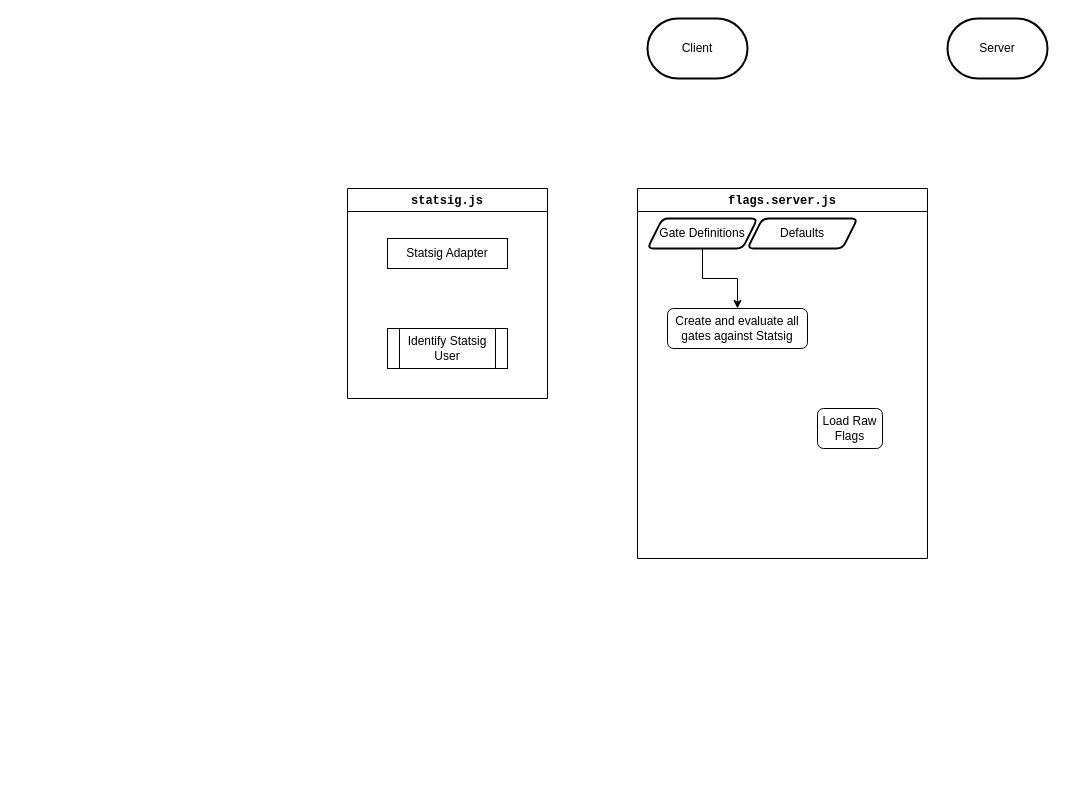
Before: flagsnconfigs.drawio in macglencoe/diagrams, a draw.io diagram. Source tidied: cells renumbered, new cells numbered last; positions are measured from the earlier drawing's top-left corner, leaving out a move shared by most shapes. Both pictures are drawn from the tidied source at 100%, with x=0, y=0 at pixel (347, 18).
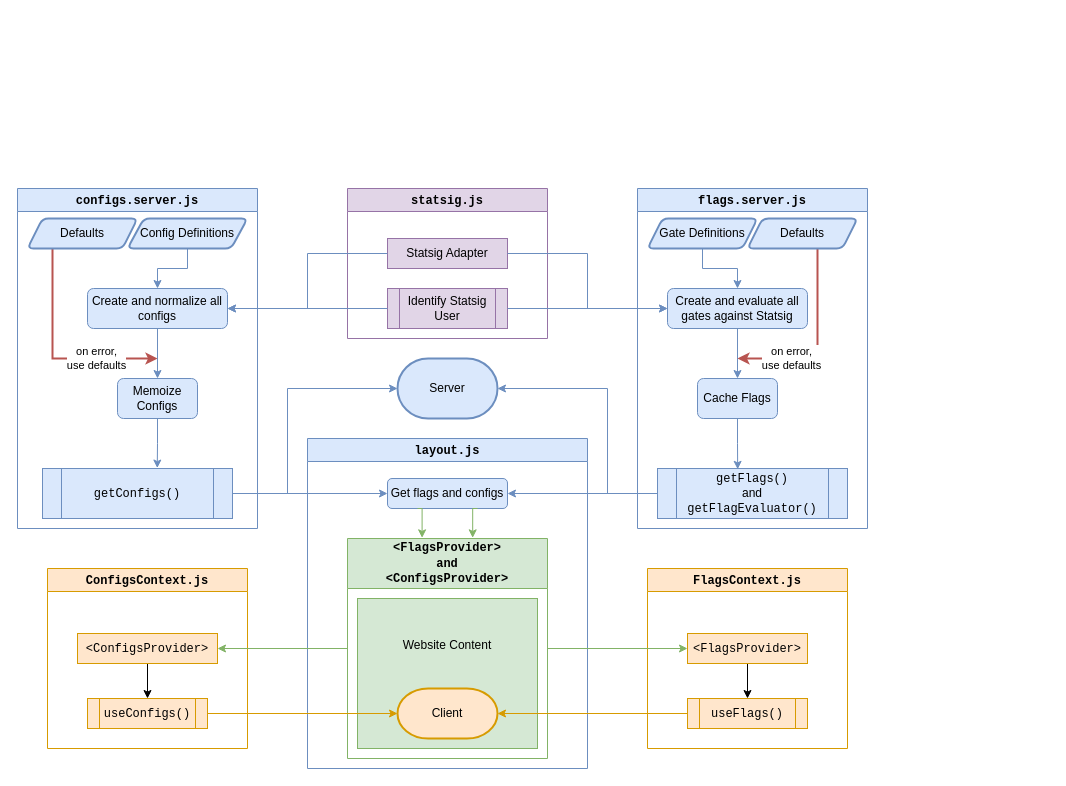
The same page after the edit.

Diff of the diagram source:
```diff
@@
-    <mxCell id="2" value="Client" style="strokeWidth=2;html=1;shape=mxgraph.flowchart.terminator;whiteSpace=wrap;" parent="1" vertex="1">
-      <mxGeometry x="300" width="100" height="60" as="geometry" />
-    </mxCell>
-    <mxCell id="3" value="Server" style="strokeWidth=2;html=1;shape=mxgraph.flowchart.terminator;whiteSpace=wrap;" parent="1" vertex="1">
-      <mxGeometry x="600" width="100" height="60" as="geometry" />
+    <mxCell id="3" value="Server" style="strokeWidth=2;html=1;shape=mxgraph.flowchart.terminator;whiteSpace=wrap;fillColor=#dae8fc;strokeColor=#6c8ebf;" parent="1" vertex="1">
+      <mxGeometry x="50" y="340" width="100" height="60" as="geometry" />
     </mxCell>
-    <mxCell id="4" value="&lt;font face=&quot;Courier New&quot;&gt;statsig.js&lt;/font&gt;" style="swimlane;whiteSpace=wrap;html=1;" parent="1" vertex="1">
-      <mxGeometry y="170" width="200" height="210" as="geometry" />
+    <mxCell id="4" value="&lt;font face=&quot;Courier New&quot;&gt;statsig.js&lt;/font&gt;" style="swimlane;whiteSpace=wrap;html=1;fillColor=#e1d5e7;strokeColor=#9673a6;" parent="1" vertex="1">
+      <mxGeometry y="170" width="200" height="150" as="geometry" />
     </mxCell>
-    <mxCell id="5" value="Identify Statsig User" style="shape=process;whiteSpace=wrap;html=1;backgroundOutline=1;" parent="4" vertex="1">
-      <mxGeometry x="40" y="140" width="120" height="40" as="geometry" />
+    <mxCell id="5" value="Identify Statsig User" style="shape=process;whiteSpace=wrap;html=1;backgroundOutline=1;fillColor=#e1d5e7;strokeColor=#9673a6;" parent="4" vertex="1">
+      <mxGeometry x="40" y="100" width="120" height="40" as="geometry" />
     </mxCell>
-    <mxCell id="6" value="Statsig Adapter" style="rounded=0;whiteSpace=wrap;html=1;" parent="4" vertex="1">
+    <mxCell id="6" value="Statsig Adapter" style="rounded=0;whiteSpace=wrap;html=1;fillColor=#e1d5e7;strokeColor=#9673a6;" parent="4" vertex="1">
       <mxGeometry x="40" y="50" width="120" height="30" as="geometry" />
     </mxCell>
-    <mxCell id="7" value="&lt;font face=&quot;Courier New&quot;&gt;flags.server.js&lt;/font&gt;" style="swimlane;whiteSpace=wrap;html=1;" parent="1" vertex="1">
-      <mxGeometry x="290" y="170" width="290" height="370" as="geometry" />
+    <mxCell id="7" value="&lt;font face=&quot;Courier New&quot;&gt;flags.server.js&lt;/font&gt;" style="swimlane;whiteSpace=wrap;html=1;fillColor=#dae8fc;strokeColor=#6c8ebf;" parent="1" vertex="1">
+      <mxGeometry x="290" y="170" width="230" height="340" as="geometry" />
     </mxCell>
+    <mxCell id="13" style="edgeStyle=orthogonalEdgeStyle;rounded=0;jettySize=auto;html=1;entryX=0.5;entryY=0;entryDx=0;entryDy=0;fillColor=#dae8fc;strokeColor=#6c8ebf;" parent="7" edge="1" source="8" target="15">
+      <mxGeometry relative="1" as="geometry" />
+    </mxCell>
-    <mxCell id="8" value="Create and evaluate all gates against Statsig" style="rounded=1;whiteSpace=wrap;html=1;" parent="7" vertex="1">
-      <mxGeometry x="30" y="120" width="140" height="40" as="geometry" />
+    <mxCell id="8" value="Create and evaluate all gates against Statsig" style="rounded=1;whiteSpace=wrap;html=1;fillColor=#dae8fc;strokeColor=#6c8ebf;" parent="7" vertex="1">
+      <mxGeometry x="30" y="100" width="140" height="40" as="geometry" />
     </mxCell>
-    <mxCell id="9" style="edgeStyle=orthogonalEdgeStyle;rounded=0;jettySize=auto;html=1;entryX=0.5;entryY=0;entryDx=0;entryDy=0;" parent="7" edge="1" source="10" target="8">
+    <mxCell id="9" style="edgeStyle=orthogonalEdgeStyle;rounded=0;jettySize=auto;html=1;entryX=0.5;entryY=0;entryDx=0;entryDy=0;fillColor=#dae8fc;strokeColor=#6c8ebf;" parent="7" edge="1" source="10" target="8">
       <mxGeometry relative="1" as="geometry" />
     </mxCell>
-    <mxCell id="10" value="Gate Definitions" style="shape=parallelogram;html=1;strokeWidth=2;perimeter=parallelogramPerimeter;whiteSpace=wrap;rounded=1;arcSize=12;size=0.13636363636363635;" parent="7" vertex="1">
+    <mxCell id="10" value="Gate Definitions" style="shape=parallelogram;html=1;strokeWidth=2;perimeter=parallelogramPerimeter;whiteSpace=wrap;rounded=1;arcSize=12;size=0.13636363636363635;fillColor=#dae8fc;strokeColor=#6c8ebf;" parent="7" vertex="1">
       <mxGeometry x="10" y="30" width="110" height="30" as="geometry" />
     </mxCell>
+    <mxCell id="14" value="on error,&lt;div&gt;use defaults&lt;/div&gt;" style="edgeStyle=orthogonalEdgeStyle;rounded=0;jettySize=auto;html=1;fillColor=#f8cecc;strokeColor=#b85450;strokeWidth=2;" parent="7" edge="1" source="11">
+      <mxGeometry x="0.43" relative="1" as="geometry">
+        <mxPoint x="100" y="170" as="targetPoint" />
+        <Array as="points">
+          <mxPoint x="180" y="170" />
+          <mxPoint x="100" y="170" />
+        </Array>
+      </mxGeometry>
+    </mxCell>
-    <mxCell id="11" value="Defaults" style="shape=parallelogram;html=1;strokeWidth=2;perimeter=parallelogramPerimeter;whiteSpace=wrap;rounded=1;arcSize=12;size=0.13636363636363635;" parent="7" vertex="1">
+    <mxCell id="11" value="Defaults" style="shape=parallelogram;html=1;strokeWidth=2;perimeter=parallelogramPerimeter;whiteSpace=wrap;rounded=1;arcSize=12;size=0.13636363636363635;fillColor=#dae8fc;strokeColor=#6c8ebf;" parent="7" vertex="1">
       <mxGeometry x="110" y="30" width="110" height="30" as="geometry" />
     </mxCell>
-    <mxCell id="12" value="Load Raw Flags" style="rounded=1;whiteSpace=wrap;html=1;" parent="7" vertex="1">
-      <mxGeometry x="180" y="220" width="65" height="40" as="geometry" />
-    </mxCell>
+    <mxCell id="15" value="Cache Flags" style="rounded=1;whiteSpace=wrap;html=1;fillColor=#dae8fc;strokeColor=#6c8ebf;" parent="7" vertex="1">
+      <mxGeometry x="60" y="190" width="80" height="40" as="geometry" />
+    </mxCell>
+    <mxCell id="16" value="&lt;font face=&quot;Courier New&quot;&gt;getFlags()&lt;/font&gt;&lt;div&gt;and&lt;/div&gt;&lt;div&gt;&lt;font face=&quot;Courier New&quot;&gt;getFlagEvaluator()&lt;/font&gt;&lt;/div&gt;" style="shape=process;whiteSpace=wrap;html=1;backgroundOutline=1;fillColor=#dae8fc;strokeColor=#6c8ebf;" parent="7" vertex="1">
+      <mxGeometry x="20" y="280" width="190" height="50" as="geometry" />
+    </mxCell>
+    <mxCell id="17" style="edgeStyle=orthogonalEdgeStyle;rounded=0;jettySize=auto;html=1;entryX=0.422;entryY=0.016;entryDx=0;entryDy=0;entryPerimeter=0;fillColor=#dae8fc;strokeColor=#6c8ebf;" parent="7" edge="1" source="15" target="16">
+      <mxGeometry relative="1" as="geometry" />
+    </mxCell>
+    <mxCell id="18" style="edgeStyle=orthogonalEdgeStyle;rounded=0;jettySize=auto;html=1;entryX=0;entryY=0.5;entryDx=0;entryDy=0;fillColor=#dae8fc;strokeColor=#6c8ebf;" parent="1" edge="1" source="6" target="8">
+      <mxGeometry relative="1" as="geometry" />
+    </mxCell>
+    <mxCell id="19" style="edgeStyle=orthogonalEdgeStyle;rounded=0;jettySize=auto;html=1;entryX=0;entryY=0.5;entryDx=0;entryDy=0;fillColor=#dae8fc;strokeColor=#6c8ebf;" parent="1" edge="1" source="5" target="8">
+      <mxGeometry relative="1" as="geometry" />
+    </mxCell>
+    <mxCell id="20" value="&lt;font face=&quot;Courier New&quot;&gt;configs.server.js&lt;/font&gt;" style="swimlane;whiteSpace=wrap;html=1;fillColor=#dae8fc;strokeColor=#6c8ebf;" parent="1" vertex="1">
+      <mxGeometry x="-330" y="170" width="240" height="340" as="geometry" />
+    </mxCell>
+    <mxCell id="21" style="edgeStyle=orthogonalEdgeStyle;rounded=0;jettySize=auto;html=1;entryX=0.5;entryY=0;entryDx=0;entryDy=0;fillColor=#dae8fc;strokeColor=#6c8ebf;" parent="20" edge="1" source="22" target="27">
+      <mxGeometry relative="1" as="geometry" />
+    </mxCell>
+    <mxCell id="22" value="Create and normalize all configs" style="rounded=1;whiteSpace=wrap;html=1;fillColor=#dae8fc;strokeColor=#6c8ebf;" parent="20" vertex="1">
+      <mxGeometry x="70" y="100" width="140" height="40" as="geometry" />
+    </mxCell>
+    <mxCell id="23" style="edgeStyle=orthogonalEdgeStyle;rounded=0;jettySize=auto;html=1;entryX=0.5;entryY=0;entryDx=0;entryDy=0;fillColor=#dae8fc;strokeColor=#6c8ebf;" parent="20" edge="1" source="24" target="22">
+      <mxGeometry relative="1" as="geometry" />
+    </mxCell>
+    <mxCell id="24" value="Config Definitions" style="shape=parallelogram;html=1;strokeWidth=2;perimeter=parallelogramPerimeter;whiteSpace=wrap;rounded=1;arcSize=12;size=0.13636363636363635;fillColor=#dae8fc;strokeColor=#6c8ebf;" parent="20" vertex="1">
+      <mxGeometry x="110" y="30" width="120" height="30" as="geometry" />
+    </mxCell>
+    <mxCell id="25" value="on error,&lt;div&gt;use defaults&lt;/div&gt;" style="edgeStyle=orthogonalEdgeStyle;rounded=0;jettySize=auto;html=1;fillColor=#f8cecc;strokeColor=#b85450;strokeWidth=2;" parent="20" edge="1" source="26">
+      <mxGeometry x="0.43" relative="1" as="geometry">
+        <mxPoint x="140" y="170" as="targetPoint" />
+        <Array as="points">
+          <mxPoint x="35" y="170" />
+        </Array>
+      </mxGeometry>
+    </mxCell>
+    <mxCell id="26" value="Defaults" style="shape=parallelogram;html=1;strokeWidth=2;perimeter=parallelogramPerimeter;whiteSpace=wrap;rounded=1;arcSize=12;size=0.13636363636363635;fillColor=#dae8fc;strokeColor=#6c8ebf;" parent="20" vertex="1">
+      <mxGeometry x="10" y="30" width="110" height="30" as="geometry" />
+    </mxCell>
+    <mxCell id="27" value="Memoize Configs" style="rounded=1;whiteSpace=wrap;html=1;fillColor=#dae8fc;strokeColor=#6c8ebf;" parent="20" vertex="1">
+      <mxGeometry x="100" y="190" width="80" height="40" as="geometry" />
+    </mxCell>
+    <mxCell id="28" value="&lt;font face=&quot;Courier New&quot;&gt;getConfigs()&lt;/font&gt;" style="shape=process;whiteSpace=wrap;html=1;backgroundOutline=1;fillColor=#dae8fc;strokeColor=#6c8ebf;" parent="20" vertex="1">
+      <mxGeometry x="25" y="280" width="190" height="50" as="geometry" />
+    </mxCell>
+    <mxCell id="29" style="edgeStyle=orthogonalEdgeStyle;rounded=0;jettySize=auto;html=1;entryX=0.604;entryY=-0.009;entryDx=0;entryDy=0;entryPerimeter=0;fillColor=#dae8fc;strokeColor=#6c8ebf;" parent="20" edge="1" source="27" target="28">
+      <mxGeometry relative="1" as="geometry" />
+    </mxCell>
+    <mxCell id="30" style="edgeStyle=orthogonalEdgeStyle;rounded=0;jettySize=auto;html=1;entryX=1;entryY=0.5;entryDx=0;entryDy=0;fillColor=#dae8fc;strokeColor=#6c8ebf;" parent="1" edge="1" source="6" target="22">
+      <mxGeometry relative="1" as="geometry" />
+    </mxCell>
+    <mxCell id="31" style="edgeStyle=orthogonalEdgeStyle;rounded=0;jettySize=auto;html=1;fillColor=#dae8fc;strokeColor=#6c8ebf;" parent="1" edge="1" source="5" target="22">
+      <mxGeometry relative="1" as="geometry" />
+    </mxCell>
+    <mxCell id="32" value="&lt;font face=&quot;Courier New&quot;&gt;FlagsContext.js&lt;/font&gt;" style="swimlane;whiteSpace=wrap;html=1;fillColor=#ffe6cc;strokeColor=#d79b00;" parent="1" vertex="1">
+      <mxGeometry x="300" y="550" width="200" height="180" as="geometry" />
+    </mxCell>
+    <mxCell id="33" value="&lt;font face=&quot;Courier New&quot;&gt;useFlags()&lt;/font&gt;" style="shape=process;whiteSpace=wrap;html=1;backgroundOutline=1;fillColor=#ffe6cc;strokeColor=#d79b00;" parent="32" vertex="1">
+      <mxGeometry x="40" y="130" width="120" height="30" as="geometry" />
+    </mxCell>
+    <mxCell id="34" style="edgeStyle=orthogonalEdgeStyle;rounded=0;jettySize=auto;html=1;" parent="32" edge="1" source="35" target="33">
+      <mxGeometry relative="1" as="geometry" />
+    </mxCell>
+    <mxCell id="35" value="&lt;font face=&quot;Courier New&quot;&gt;&amp;lt;FlagsProvider&amp;gt;&lt;/font&gt;" style="rounded=0;whiteSpace=wrap;html=1;fillColor=#ffe6cc;strokeColor=#d79b00;" parent="32" vertex="1">
+      <mxGeometry x="40" y="65" width="120" height="30" as="geometry" />
+    </mxCell>
+    <mxCell id="36" value="&lt;font face=&quot;Courier New&quot;&gt;layout.js&lt;/font&gt;" style="swimlane;whiteSpace=wrap;html=1;fillColor=#dae8fc;strokeColor=#6c8ebf;" parent="1" vertex="1">
+      <mxGeometry x="-40" y="420" width="280" height="330" as="geometry" />
+    </mxCell>
+    <mxCell id="37" value="Get flags and configs" style="rounded=1;whiteSpace=wrap;html=1;fillColor=#dae8fc;strokeColor=#6c8ebf;" parent="36" vertex="1">
+      <mxGeometry x="80" y="40" width="120" height="30" as="geometry" />
+    </mxCell>
+    <mxCell id="38" value="&lt;font face=&quot;Courier New&quot;&gt;&amp;lt;FlagsProvider&amp;gt;&lt;/font&gt;&lt;div&gt;&lt;font face=&quot;Courier New&quot;&gt;and&lt;/font&gt;&lt;/div&gt;&lt;div&gt;&lt;font face=&quot;Courier New&quot;&gt;&amp;lt;ConfigsProvider&amp;gt;&lt;/font&gt;&lt;/div&gt;" style="swimlane;whiteSpace=wrap;html=1;startSize=50;fillColor=#d5e8d4;strokeColor=#82b366;" parent="36" vertex="1">
+      <mxGeometry x="40" y="100" width="200" height="220" as="geometry" />
+    </mxCell>
+    <mxCell id="39" value="Website Content&lt;div&gt;&lt;br&gt;&lt;/div&gt;&lt;div&gt;&lt;br&gt;&lt;/div&gt;&lt;div&gt;&lt;br&gt;&lt;/div&gt;&lt;div&gt;&lt;br&gt;&lt;/div&gt;" style="rounded=0;whiteSpace=wrap;html=1;fillColor=#d5e8d4;strokeColor=#82b366;" parent="38" vertex="1">
+      <mxGeometry x="10" y="60" width="180" height="150" as="geometry" />
+    </mxCell>
+    <mxCell id="2" value="Client" style="strokeWidth=2;html=1;shape=mxgraph.flowchart.terminator;whiteSpace=wrap;fillColor=#ffe6cc;strokeColor=#d79b00;" parent="38" vertex="1">
+      <mxGeometry x="50" y="150" width="100" height="50" as="geometry" />
+    </mxCell>
+    <mxCell id="40" style="edgeStyle=orthogonalEdgeStyle;rounded=0;jettySize=auto;html=1;exitX=0.25;exitY=1;exitDx=0;exitDy=0;entryX=0.373;entryY=-0.003;entryDx=0;entryDy=0;entryPerimeter=0;fillColor=#d5e8d4;strokeColor=#82b366;" parent="36" edge="1" source="37" target="38">
+      <mxGeometry relative="1" as="geometry" />
+    </mxCell>
+    <mxCell id="41" style="edgeStyle=orthogonalEdgeStyle;rounded=0;jettySize=auto;html=1;exitX=0.75;exitY=1;exitDx=0;exitDy=0;entryX=0.626;entryY=-0.003;entryDx=0;entryDy=0;entryPerimeter=0;fillColor=#d5e8d4;strokeColor=#82b366;" parent="36" edge="1" source="37" target="38">
+      <mxGeometry relative="1" as="geometry" />
+    </mxCell>
+    <mxCell id="42" style="edgeStyle=orthogonalEdgeStyle;rounded=0;jettySize=auto;html=1;fillColor=#dae8fc;strokeColor=#6c8ebf;" parent="1" edge="1" source="28" target="37">
+      <mxGeometry relative="1" as="geometry" />
+    </mxCell>
+    <mxCell id="43" style="edgeStyle=orthogonalEdgeStyle;rounded=0;jettySize=auto;html=1;fillColor=#dae8fc;strokeColor=#6c8ebf;" parent="1" edge="1" source="16" target="37">
+      <mxGeometry relative="1" as="geometry" />
+    </mxCell>
+    <mxCell id="44" value="&lt;font face=&quot;Courier New&quot;&gt;ConfigsContext.js&lt;/font&gt;" style="swimlane;whiteSpace=wrap;html=1;fillColor=#ffe6cc;strokeColor=#d79b00;" parent="1" vertex="1">
+      <mxGeometry x="-300" y="550" width="200" height="180" as="geometry" />
+    </mxCell>
+    <mxCell id="45" style="edgeStyle=orthogonalEdgeStyle;rounded=0;jettySize=auto;html=1;" parent="44" edge="1" source="46" target="47">
+      <mxGeometry relative="1" as="geometry" />
+    </mxCell>
+    <mxCell id="46" value="&lt;font face=&quot;Courier New&quot;&gt;&amp;lt;ConfigsProvider&amp;gt;&lt;/font&gt;" style="rounded=0;whiteSpace=wrap;html=1;fillColor=#ffe6cc;strokeColor=#d79b00;" parent="44" vertex="1">
+      <mxGeometry x="30" y="65" width="140" height="30" as="geometry" />
+    </mxCell>
+    <mxCell id="47" value="&lt;font face=&quot;Courier New&quot;&gt;useConfigs()&lt;/font&gt;" style="shape=process;whiteSpace=wrap;html=1;backgroundOutline=1;fillColor=#ffe6cc;strokeColor=#d79b00;" parent="44" vertex="1">
+      <mxGeometry x="40" y="130" width="120" height="30" as="geometry" />
+    </mxCell>
+    <mxCell id="48" style="edgeStyle=orthogonalEdgeStyle;rounded=0;jettySize=auto;html=1;entryX=0;entryY=0.5;entryDx=0;entryDy=0;fillColor=#d5e8d4;strokeColor=#82b366;" parent="1" edge="1" source="38" target="35">
+      <mxGeometry relative="1" as="geometry" />
+    </mxCell>
+    <mxCell id="49" style="edgeStyle=orthogonalEdgeStyle;rounded=0;jettySize=auto;html=1;fillColor=#d5e8d4;strokeColor=#82b366;" parent="1" edge="1" source="38" target="46">
+      <mxGeometry relative="1" as="geometry" />
+    </mxCell>
+    <mxCell id="50" style="edgeStyle=orthogonalEdgeStyle;rounded=0;jettySize=auto;html=1;fillColor=#ffe6cc;strokeColor=#d79b00;" parent="1" edge="1" source="47" target="2">
+      <mxGeometry relative="1" as="geometry" />
+    </mxCell>
+    <mxCell id="51" style="edgeStyle=orthogonalEdgeStyle;rounded=0;jettySize=auto;html=1;fillColor=#ffe6cc;strokeColor=#d79b00;" parent="1" edge="1" source="33" target="2">
+      <mxGeometry relative="1" as="geometry" />
+    </mxCell>
+    <mxCell id="52" style="edgeStyle=orthogonalEdgeStyle;rounded=0;jettySize=auto;html=1;entryX=1;entryY=0.5;entryDx=0;entryDy=0;entryPerimeter=0;fillColor=#dae8fc;strokeColor=#6c8ebf;" parent="1" edge="1" source="16" target="3">
+      <mxGeometry relative="1" as="geometry">
+        <Array as="points">
+          <mxPoint x="260" y="475" />
+          <mxPoint x="260" y="370" />
+        </Array>
+      </mxGeometry>
+    </mxCell>
+    <mxCell id="53" style="edgeStyle=orthogonalEdgeStyle;rounded=0;jettySize=auto;html=1;entryX=0;entryY=0.5;entryDx=0;entryDy=0;entryPerimeter=0;fillColor=#dae8fc;strokeColor=#6c8ebf;" parent="1" edge="1" source="28" target="3">
+      <mxGeometry relative="1" as="geometry">
+        <Array as="points">
+          <mxPoint x="-60" y="475" />
+          <mxPoint x="-60" y="370" />
+        </Array>
+      </mxGeometry>
+    </mxCell>
```
